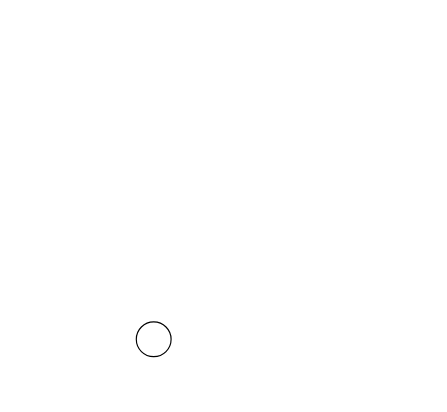
The draw.io diagram page "EN network" (2 of 2) of Untitled Diagram.drawio in jlinleung/Cheatsheets, before the edit. Source tidied: cells renumbered, new cells numbered last; positions are measured from the earlier drawing's top-left corner, leaving out a move shared by most shapes. Both pictures are drawn from the tidied source at 116%, with x=0, y=0 at pixel (136, 321).
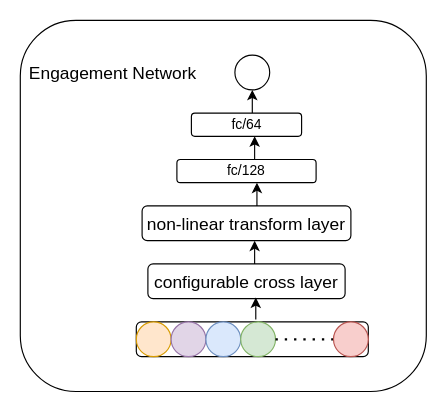
After the change.

Commit message:
add engagement network Diagram.drawio

Change to the diagram source:
```diff
@@
+    <mxCell id="3" style="rounded=1;whiteSpace=wrap;html=1;strokeWidth=1;fillColor=none;" parent="1" vertex="1">
+      <mxGeometry x="-100" y="-260" width="350" height="320" as="geometry" />
+    </mxCell>
+    <mxCell id="4" style="rounded=1;whiteSpace=wrap;html=1;strokeWidth=1;" parent="1" vertex="1">
+      <mxGeometry width="200" height="30" as="geometry" />
+    </mxCell>
-    <mxCell id="2" style="ellipse;whiteSpace=wrap;html=1;strokeWidth=1;" parent="1" vertex="1">
+    <mxCell id="2" style="ellipse;whiteSpace=wrap;html=1;strokeWidth=1;fillColor=#ffe6cc;strokeColor=#d79b00;" parent="1" vertex="1">
       <mxGeometry width="30" height="30" as="geometry" />
     </mxCell>
+    <mxCell id="5" style="ellipse;whiteSpace=wrap;html=1;strokeWidth=1;fillColor=#e1d5e7;strokeColor=#9673a6;" parent="1" vertex="1">
+      <mxGeometry x="30" width="30" height="30" as="geometry" />
+    </mxCell>
+    <mxCell id="6" style="ellipse;whiteSpace=wrap;html=1;strokeWidth=1;fillColor=#dae8fc;strokeColor=#6c8ebf;" parent="1" vertex="1">
+      <mxGeometry x="60" width="30" height="30" as="geometry" />
+    </mxCell>
+    <mxCell id="7" style="ellipse;whiteSpace=wrap;html=1;strokeWidth=1;fillColor=#d5e8d4;strokeColor=#82b366;" parent="1" vertex="1">
+      <mxGeometry x="90" width="30" height="30" as="geometry" />
+    </mxCell>
+    <mxCell id="8" style="endArrow=none;dashed=1;html=1;dashPattern=1 3;strokeWidth=2;exitX=1;exitY=0.5;exitDx=0;exitDy=0;entryX=0;entryY=0.5;entryDx=0;entryDy=0;" parent="1" edge="1" source="7" target="9">
+      <mxGeometry relative="1" as="geometry" />
+    </mxCell>
+    <mxCell id="9" style="ellipse;whiteSpace=wrap;html=1;strokeWidth=1;fillColor=#f8cecc;strokeColor=#b85450;" parent="1" vertex="1">
+      <mxGeometry x="170" width="30" height="30" as="geometry" />
+    </mxCell>
+    <mxCell id="10" value="&lt;font style=&quot;font-size: 15px&quot;&gt;configurable cross layer&lt;/font&gt;" style="rounded=1;whiteSpace=wrap;html=1;strokeWidth=1;" parent="1" vertex="1">
+      <mxGeometry x="10" y="-50" width="170" height="30" as="geometry" />
+    </mxCell>
+    <mxCell id="11" value="&lt;font style=&quot;font-size: 15px&quot;&gt;non-linear transform layer&lt;/font&gt;" style="rounded=1;whiteSpace=wrap;html=1;strokeWidth=1;" parent="1" vertex="1">
+      <mxGeometry x="5" y="-100" width="180" height="30" as="geometry" />
+    </mxCell>
+    <mxCell id="12" value="fc/128" style="rounded=1;whiteSpace=wrap;html=1;strokeWidth=1;" parent="1" vertex="1">
+      <mxGeometry x="35" y="-140" width="120" height="20" as="geometry" />
+    </mxCell>
+    <mxCell id="13" value="fc/64" style="rounded=1;whiteSpace=wrap;html=1;strokeWidth=1;" parent="1" vertex="1">
+      <mxGeometry x="47.5" y="-180" width="95" height="20" as="geometry" />
+    </mxCell>
+    <mxCell id="14" style="ellipse;whiteSpace=wrap;html=1;strokeWidth=1;" parent="1" vertex="1">
+      <mxGeometry x="85" y="-230" width="30" height="30" as="geometry" />
+    </mxCell>
+    <mxCell id="15" style="endArrow=classic;html=1;strokeWidth=1;" parent="1" edge="1">
+      <mxGeometry relative="1" as="geometry">
+        <mxPoint x="103" y="-2" as="sourcePoint" />
+        <mxPoint x="103" y="-21" as="targetPoint" />
+      </mxGeometry>
+    </mxCell>
+    <mxCell id="16" style="endArrow=classic;html=1;strokeWidth=1;entryX=0.539;entryY=1;entryDx=0;entryDy=0;entryPerimeter=0;" parent="1" edge="1" target="11">
+      <mxGeometry relative="1" as="geometry">
+        <mxPoint x="102" y="-50" as="sourcePoint" />
+      </mxGeometry>
+    </mxCell>
+    <mxCell id="17" style="endArrow=classic;html=1;strokeWidth=1;entryX=0.575;entryY=1;entryDx=0;entryDy=0;entryPerimeter=0;" parent="1" edge="1" target="12">
+      <mxGeometry relative="1" as="geometry">
+        <mxPoint x="104" y="-100" as="sourcePoint" />
+      </mxGeometry>
+    </mxCell>
+    <mxCell id="18" style="endArrow=classic;html=1;strokeWidth=1;entryX=0.574;entryY=1;entryDx=0;entryDy=0;entryPerimeter=0;" parent="1" edge="1" target="13">
+      <mxGeometry relative="1" as="geometry">
+        <mxPoint x="102" y="-140" as="sourcePoint" />
+      </mxGeometry>
+    </mxCell>
+    <mxCell id="19" style="endArrow=classic;html=1;strokeWidth=1;entryX=0.5;entryY=1;entryDx=0;entryDy=0;" parent="1" edge="1" target="14">
+      <mxGeometry relative="1" as="geometry">
+        <mxPoint x="100" y="-180" as="sourcePoint" />
+      </mxGeometry>
+    </mxCell>
+    <mxCell id="20" value="&lt;font style=&quot;font-size: 15px&quot;&gt;Engagement Network&lt;/font&gt;" style="text;html=1;strokeColor=none;fillColor=none;align=center;verticalAlign=middle;whiteSpace=wrap;rounded=0;" parent="1" vertex="1">
+      <mxGeometry x="-100" y="-240" width="160" height="50" as="geometry" />
+    </mxCell>
```
